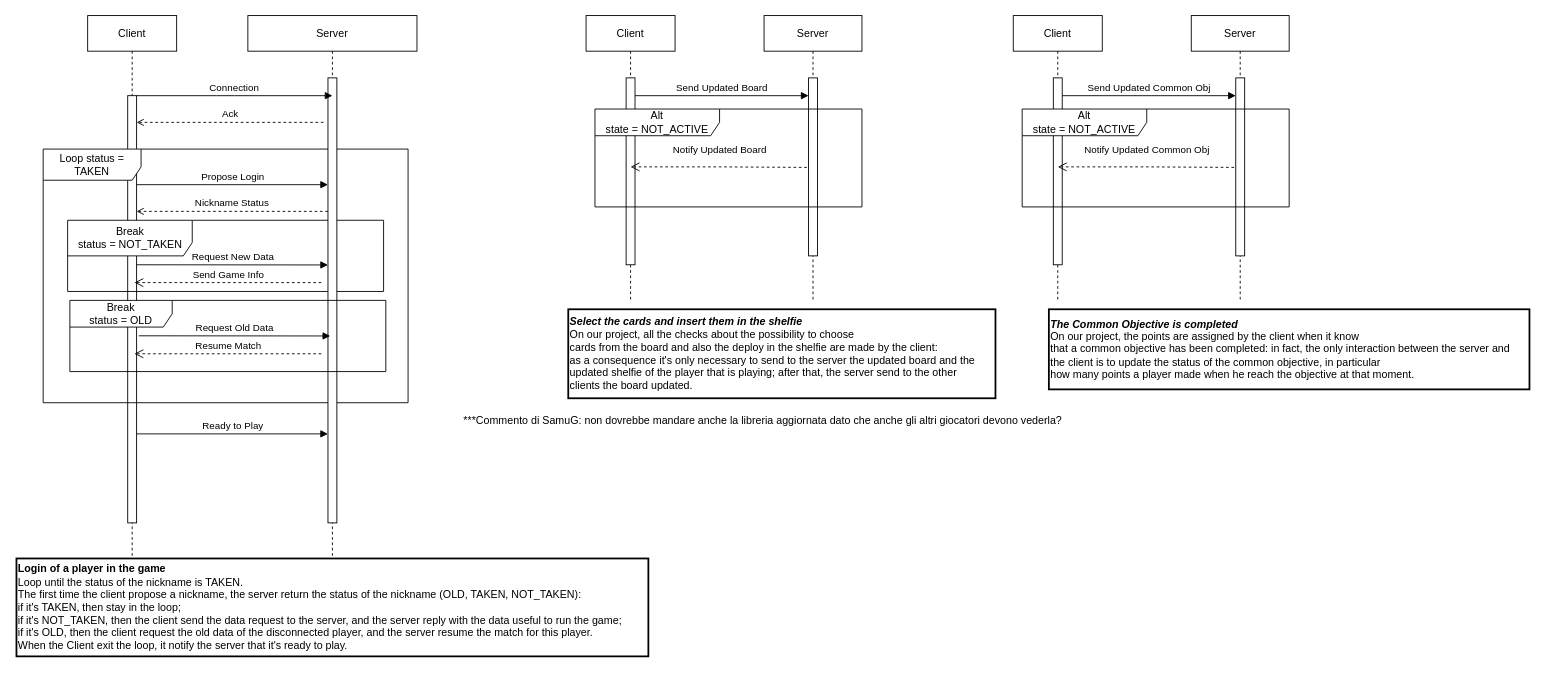
The draw.io diagram deliveries/Diagrammi UML/Sequence Diagram.drawio in Davide-Ettori/My_Shelfie-Distributed-Online-Game, before the edit. Source tidied: cells renumbered, new cells numbered last; positions are measured from the earlier drawing's top-left corner, leaving out a move shared by most shapes. Both pictures are drawn from the tidied source at 89%, with x=0, y=0 at pixel (16, 15).
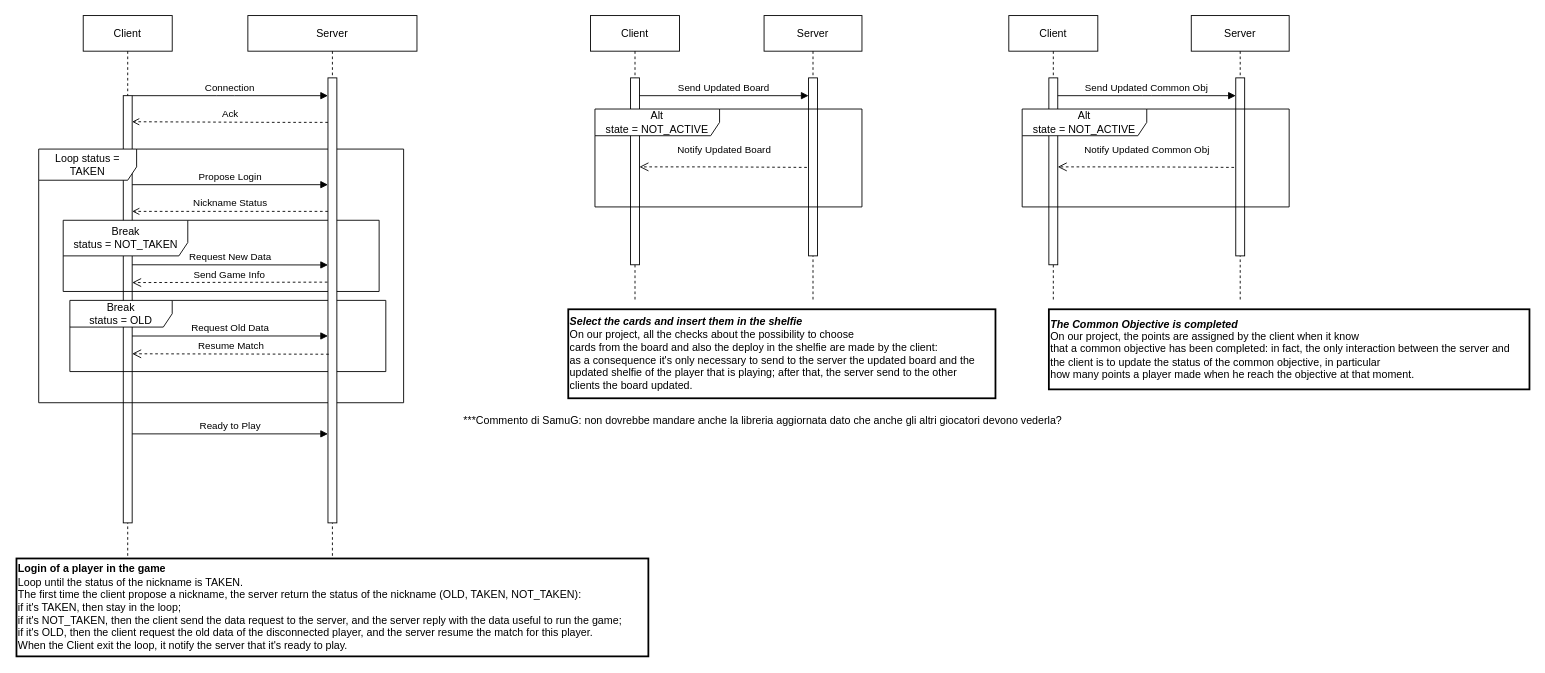
Above is the later version.

Unchanged cells that the change refers to:
```xml
<mxCell id="3" style="points=[];perimeter=orthogonalPerimeter;rounded=0;shadow=0;strokeWidth=1;" parent="2" vertex="1">
  <mxGeometry x="45" y="90" width="10" height="480" as="geometry" />
</mxCell>
<mxCell id="5" value="Loop status = TAKEN" style="shape=umlFrame;whiteSpace=wrap;html=1;width=110;height=35;gradientColor=none;" parent="2" vertex="1">
  <mxGeometry x="-50" y="150" width="410" height="285" as="geometry" />
</mxCell>
<mxCell id="7" value="Server" style="shape=umlLifeline;perimeter=lifelinePerimeter;rounded=0;shadow=0;strokeWidth=1;" parent="1" vertex="1">
  <mxGeometry x="260" width="190" height="610" as="geometry" />
</mxCell>
<mxCell id="8" style="points=[];perimeter=orthogonalPerimeter;rounded=0;shadow=0;strokeWidth=1;" parent="7" vertex="1">
  <mxGeometry x="90" y="70" width="10" height="500" as="geometry" />
</mxCell>
<mxCell id="20" style="points=[];perimeter=orthogonalPerimeter;rounded=0;shadow=0;strokeWidth=1;" parent="19" vertex="1">
  <mxGeometry x="50" y="70" width="10" height="200" as="geometry" />
</mxCell>
```

Change to the diagram source:
```diff
@@
     <mxCell id="2" value="Client" style="shape=umlLifeline;perimeter=lifelinePerimeter;rounded=0;shadow=0;strokeWidth=1;" parent="1" vertex="1">
-      <mxGeometry x="80" width="100" height="610" as="geometry" />
+      <mxGeometry x="75" width="100" height="610" as="geometry" />
     </mxCell>
@@
+    <mxCell id="31" value="Break&lt;br&gt;status = OLD" style="shape=umlFrame;whiteSpace=wrap;html=1;fillStyle=auto;fillColor=default;width=115;height=30;swimlaneFillColor=none;" parent="1" vertex="1">
+      <mxGeometry x="60" y="320" width="355" height="80" as="geometry" />
+    </mxCell>
@@
-    <mxCell id="9" value="Propose Login" style="html=1;verticalAlign=bottom;endArrow=block;rounded=0;" parent="7" edge="1" target="8">
-      <mxGeometry relative="1" as="geometry">
-        <mxPoint x="-125" y="190" as="sourcePoint" />
-      </mxGeometry>
-    </mxCell>
     <mxCell id="10" value="Nickname Status" style="html=1;verticalAlign=bottom;endArrow=open;rounded=0;dashed=1;endFill=0;" parent="7" edge="1" source="8">
       <mxGeometry relative="1" as="geometry">
-        <mxPoint x="-125" y="220" as="targetPoint" />
+        <mxPoint x="-130" y="220" as="targetPoint" />
       </mxGeometry>
     </mxCell>
     <mxCell id="11" value="Request New Data" style="html=1;verticalAlign=bottom;endArrow=block;rounded=0;endFill=1;" parent="7" edge="1">
       <mxGeometry relative="1" as="geometry">
-        <mxPoint x="-125" y="280" as="sourcePoint" />
+        <mxPoint x="-130" y="280" as="sourcePoint" />
         <mxPoint x="90" y="280.2" as="targetPoint" />
       </mxGeometry>
     </mxCell>
-    <mxCell id="12" value="Send Game Info" style="html=1;verticalAlign=bottom;endArrow=open;dashed=1;endSize=8;rounded=0;" parent="7" edge="1">
-      <mxGeometry relative="1" as="geometry">
-        <mxPoint x="82.5" y="300" as="sourcePoint" />
-        <mxPoint x="-127.5" y="300" as="targetPoint" />
-      </mxGeometry>
-    </mxCell>
     <mxCell id="13" value="Connection" style="verticalAlign=bottom;endArrow=block;shadow=0;strokeWidth=1;" parent="1" edge="1" source="3">
       <mxGeometry relative="1" as="geometry">
-        <mxPoint x="355" y="90" as="targetPoint" />
+        <mxPoint x="350" y="90" as="targetPoint" />
         <Array as="points">
           <mxPoint x="235" y="90" />
         </Array>
       </mxGeometry>
     </mxCell>
-    <mxCell id="14" value="Ack" style="html=1;verticalAlign=bottom;endArrow=open;rounded=0;dashed=1;endFill=0;" parent="1" edge="1">
+    <mxCell id="14" value="Ack" style="html=1;verticalAlign=bottom;endArrow=open;rounded=0;dashed=1;endFill=0;entryX=0.99;entryY=0.061;entryDx=0;entryDy=0;entryPerimeter=0;exitX=0;exitY=0.1;exitDx=0;exitDy=0;exitPerimeter=0;" parent="1" edge="1" source="8" target="3">
       <mxGeometry relative="1" as="geometry">
-        <mxPoint x="345" y="120" as="sourcePoint" />
-        <mxPoint x="135" y="120" as="targetPoint" />
         <Array as="points">
           <mxPoint x="295" y="120" />
         </Array>
       </mxGeometry>
     </mxCell>
-    <mxCell id="15" value="Resume Match" style="html=1;verticalAlign=bottom;endArrow=open;dashed=1;endSize=8;rounded=0;" parent="1" edge="1">
+    <mxCell id="15" value="Resume Match" style="html=1;verticalAlign=bottom;endArrow=open;dashed=1;endSize=8;rounded=0;exitX=0.092;exitY=0.621;exitDx=0;exitDy=0;exitPerimeter=0;" parent="1" edge="1" source="8">
       <mxGeometry relative="1" as="geometry">
-        <mxPoint x="342.5" y="380" as="sourcePoint" />
-        <mxPoint x="132.5" y="380" as="targetPoint" />
+        <mxPoint x="130" y="380" as="targetPoint" />
       </mxGeometry>
     </mxCell>
-    <mxCell id="16" value="Request Old Data" style="html=1;verticalAlign=bottom;endArrow=block;rounded=0;endFill=1;" parent="1" edge="1">
+    <mxCell id="16" value="Request Old Data" style="html=1;verticalAlign=bottom;endArrow=block;rounded=0;endFill=1;exitX=0.256;exitY=0.737;exitDx=0;exitDy=0;exitPerimeter=0;" parent="1" edge="1" source="5">
       <mxGeometry relative="1" as="geometry">
-        <mxPoint x="137.5" y="359.8" as="sourcePoint" />
-        <mxPoint x="352.5" y="360" as="targetPoint" />
+        <mxPoint x="350" y="360" as="targetPoint" />
       </mxGeometry>
     </mxCell>
     <mxCell id="17" value="Client" style="shape=umlLifeline;perimeter=lifelinePerimeter;rounded=0;shadow=0;strokeWidth=1;" parent="1" vertex="1">
-      <mxGeometry x="640" width="100" height="320" as="geometry" />
+      <mxGeometry x="645" width="100" height="320" as="geometry" />
     </mxCell>
@@
     <mxCell id="23" value="Notify Updated Board" style="html=1;verticalAlign=bottom;endArrow=open;dashed=1;endSize=8;rounded=0;exitX=-0.189;exitY=0.503;exitDx=0;exitDy=0;exitPerimeter=0;" parent="1" edge="1" source="20">
       <mxGeometry x="-0.01" y="-10" relative="1" as="geometry">
-        <mxPoint x="690" y="170" as="targetPoint" />
+        <mxPoint x="700" y="170" as="targetPoint" />
         <Array as="points">
           <mxPoint x="790" y="170" />
         </Array>
       </mxGeometry>
     </mxCell>
     <mxCell id="24" value="Client" style="shape=umlLifeline;perimeter=lifelinePerimeter;rounded=0;shadow=0;strokeWidth=1;" parent="1" vertex="1">
-      <mxGeometry x="1120" width="100" height="320" as="geometry" />
+      <mxGeometry x="1115" width="100" height="320" as="geometry" />
     </mxCell>
@@
-    <mxCell id="31" value="Break&lt;br&gt;status = OLD" style="shape=umlFrame;whiteSpace=wrap;html=1;fillStyle=auto;fillColor=default;width=115;height=30;swimlaneFillColor=none;" parent="1" vertex="1">
-      <mxGeometry x="60" y="320" width="355" height="80" as="geometry" />
-    </mxCell>
@@
+    <mxCell id="12" value="Send Game Info" style="html=1;verticalAlign=bottom;endArrow=open;dashed=1;endSize=8;rounded=0;exitX=-0.056;exitY=0.459;exitDx=0;exitDy=0;exitPerimeter=0;" parent="1" edge="1" source="8">
+      <mxGeometry relative="1" as="geometry">
+        <mxPoint x="130" y="300" as="targetPoint" />
+      </mxGeometry>
+    </mxCell>
+    <mxCell id="9" value="Propose Login" style="html=1;verticalAlign=bottom;endArrow=block;rounded=0;" parent="1" edge="1" target="8">
+      <mxGeometry relative="1" as="geometry">
+        <mxPoint x="130" y="190" as="sourcePoint" />
+      </mxGeometry>
+    </mxCell>
```
